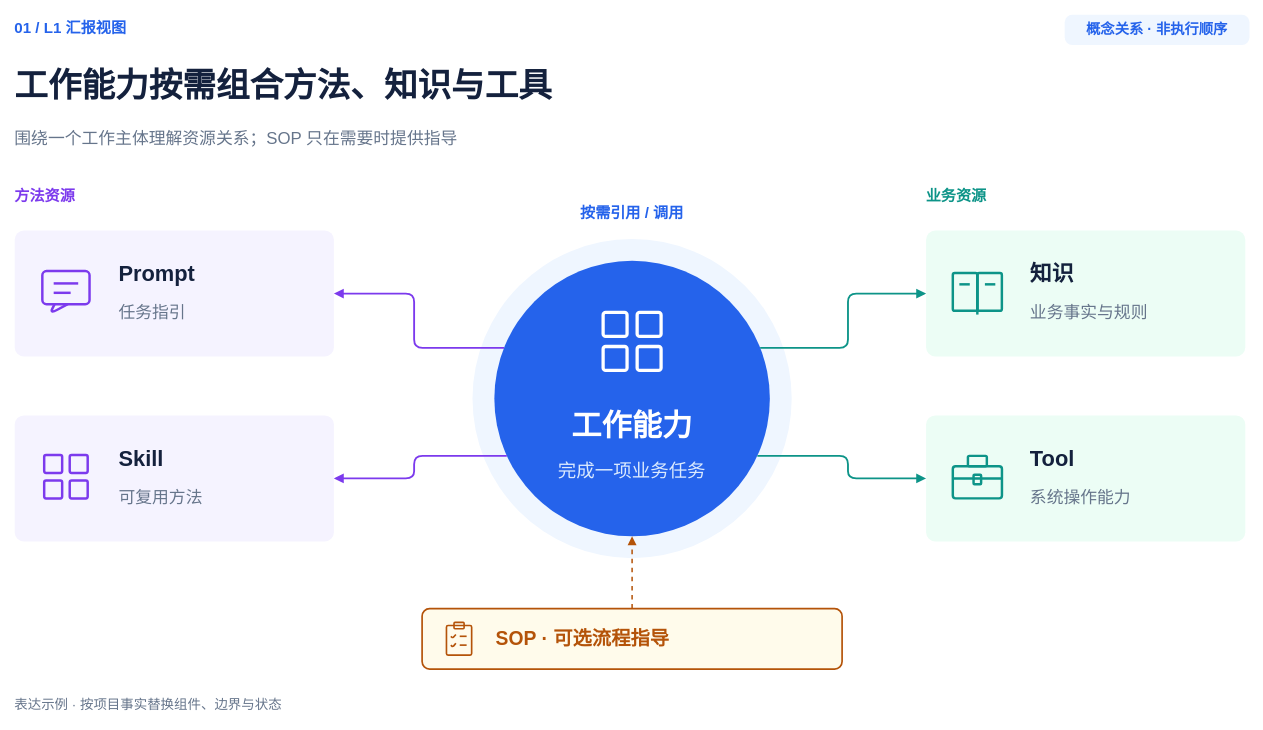
This is plugins/team-standards/skills/architecture-diagram-design/assets/templates/01-capability.drawio from exception-coder/team-standards, a draw.io file, before an edit. Source tidied: cells renumbered, new cells numbered last; positions are measured from the earlier drawing's top-left corner, leaving out a move shared by most shapes. Both pictures are drawn from the tidied source at 84%, with x=0, y=0 at pixel (14, 14).
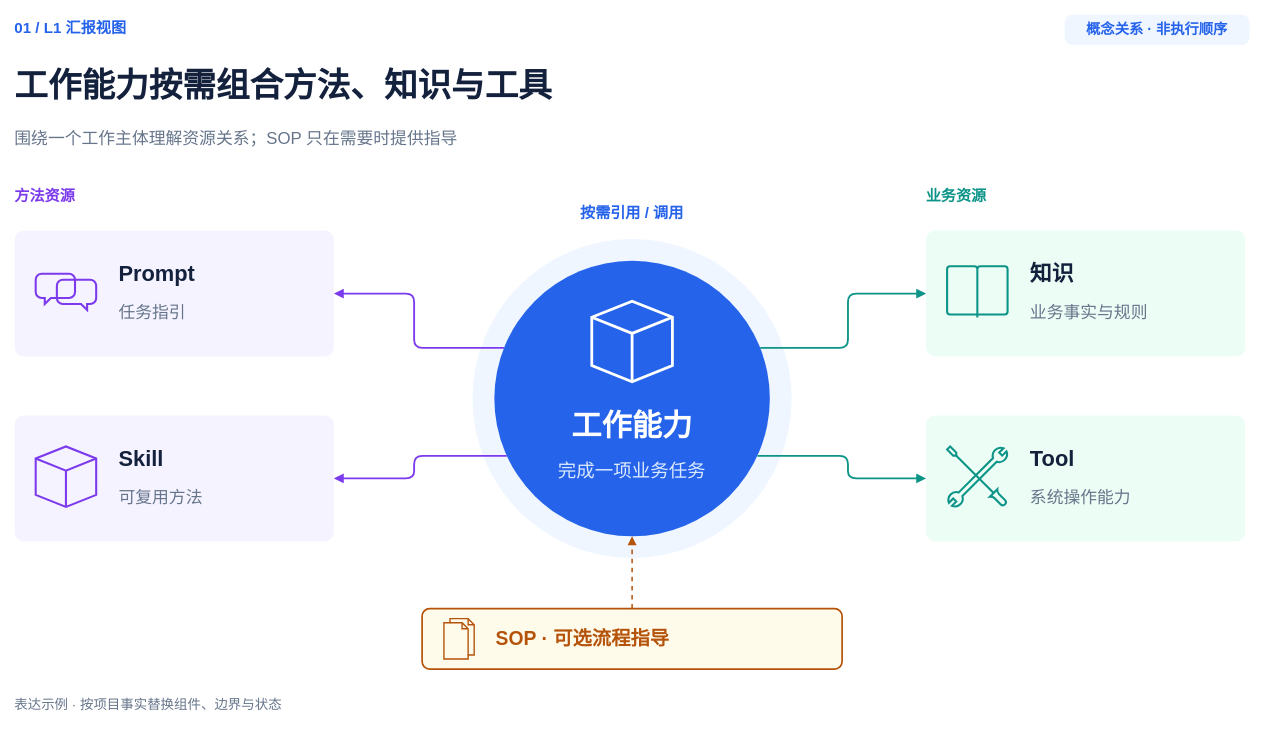
After the change.

Unchanged cells that the change refers to:
```xml
<mxCell id="10" style="group;selectParentFirst=1;fillColor=none;strokeColor=none;" parent="1" vertex="1">
  <mxGeometry y="257" width="380" height="150" as="geometry" />
</mxCell>
<mxCell id="19" style="group;selectParentFirst=1;fillColor=none;strokeColor=none;" parent="1" vertex="1">
  <mxGeometry y="477" width="380" height="150" as="geometry" />
</mxCell>
<mxCell id="28" style="group;selectParentFirst=1;fillColor=none;strokeColor=none;" parent="1" vertex="1">
  <mxGeometry x="1085" y="257" width="380" height="150" as="geometry" />
</mxCell>
<mxCell id="38" style="group;selectParentFirst=1;fillColor=none;strokeColor=none;" parent="1" vertex="1">
  <mxGeometry x="1085" y="477" width="380" height="150" as="geometry" />
</mxCell>
<mxCell id="47" style="group;selectParentFirst=1;fillColor=none;strokeColor=none;" parent="1" vertex="1">
  <mxGeometry x="545" y="267" width="380" height="380" as="geometry" />
</mxCell>
<mxCell id="62" style="group;selectParentFirst=1;fillColor=none;strokeColor=none;" parent="1" vertex="1">
  <mxGeometry x="485" y="707" width="500" height="72" as="geometry" />
</mxCell>
```

Change to the diagram source:
```diff
@@
-    <mxCell id="12" style="group;selectParentFirst=1;fillColor=none;strokeColor=none;" parent="10" vertex="1">
-      <mxGeometry x="25" y="37" width="72" height="72" as="geometry" />
+    <mxCell id="12" style="fontFamily=Microsoft YaHei,Arial;html=0;fontColor=#14213D;shape=mxgraph.ios7.icons.chat;fillColor=none;strokeColor=#7C3AED;strokeWidth=2.475;" parent="10" vertex="1">
+      <mxGeometry x="25" y="51.4" width="72" height="43.2" as="geometry" />
     </mxCell>
-    <mxCell id="13" style="fontFamily=Microsoft YaHei,Arial;html=0;fontColor=#14213D;rounded=1;absoluteArcSize=1;arcSize=10.125;fillColor=none;strokeColor=#7C3AED;strokeWidth=2;strokeWidth=2.9250000000000003;" parent="12" vertex="1">
-      <mxGeometry x="7.9" y="11.2" width="56.2" height="39.4" as="geometry" />
-    </mxCell>
-    <mxCell id="14" style="endArrow=none;startArrow=none;strokeColor=#7C3AED;strokeWidth=2.9250000000000003;rounded=1;html=0;" parent="12" edge="1">
-      <mxGeometry relative="1" as="geometry">
-        <mxPoint x="22.5" y="50.6" as="sourcePoint" />
-        <mxPoint x="38.2" y="50.6" as="targetPoint" />
-        <Array as="points">
-          <mxPoint x="16.9" y="61.9" />
-        </Array>
-      </mxGeometry>
-    </mxCell>
-    <mxCell id="15" style="endArrow=none;startArrow=none;strokeColor=#7C3AED;strokeWidth=2.9250000000000003;rounded=1;html=0;" parent="12" edge="1">
-      <mxGeometry relative="1" as="geometry">
-        <mxPoint x="21.4" y="25.9" as="sourcePoint" />
-        <mxPoint x="50.6" y="25.9" as="targetPoint" />
-      </mxGeometry>
-    </mxCell>
-    <mxCell id="16" style="endArrow=none;startArrow=none;strokeColor=#7C3AED;strokeWidth=2.9250000000000003;rounded=1;html=0;" parent="12" edge="1">
-      <mxGeometry relative="1" as="geometry">
-        <mxPoint x="21.4" y="37.1" as="sourcePoint" />
-        <mxPoint x="41.6" y="37.1" as="targetPoint" />
-      </mxGeometry>
-    </mxCell>
@@
-    <mxCell id="21" style="group;selectParentFirst=1;fillColor=none;strokeColor=none;" parent="19" vertex="1">
+    <mxCell id="21" style="fontFamily=Microsoft YaHei,Arial;html=0;fontColor=#14213D;shape=mxgraph.ios7.icons.cube;fillColor=none;strokeColor=#7C3AED;strokeWidth=2.475;" parent="19" vertex="1">
       <mxGeometry x="25" y="37" width="72" height="72" as="geometry" />
     </mxCell>
-    <mxCell id="22" style="fontFamily=Microsoft YaHei,Arial;html=0;fontColor=#14213D;rounded=1;absoluteArcSize=1;arcSize=4.5;fillColor=none;strokeColor=#7C3AED;strokeWidth=2;strokeWidth=2.9250000000000003;" parent="21" vertex="1">
-      <mxGeometry x="10.1" y="10.1" width="21.4" height="21.4" as="geometry" />
-    </mxCell>
-    <mxCell id="23" style="fontFamily=Microsoft YaHei,Arial;html=0;fontColor=#14213D;rounded=1;absoluteArcSize=1;arcSize=4.5;fillColor=none;strokeColor=#7C3AED;strokeWidth=2;strokeWidth=2.9250000000000003;" parent="21" vertex="1">
-      <mxGeometry x="40.5" y="10.1" width="21.4" height="21.4" as="geometry" />
-    </mxCell>
-    <mxCell id="24" style="fontFamily=Microsoft YaHei,Arial;html=0;fontColor=#14213D;rounded=1;absoluteArcSize=1;arcSize=4.5;fillColor=none;strokeColor=#7C3AED;strokeWidth=2;strokeWidth=2.9250000000000003;" parent="21" vertex="1">
-      <mxGeometry x="10.1" y="40.5" width="21.4" height="21.4" as="geometry" />
-    </mxCell>
-    <mxCell id="25" style="fontFamily=Microsoft YaHei,Arial;html=0;fontColor=#14213D;rounded=1;absoluteArcSize=1;arcSize=4.5;fillColor=none;strokeColor=#7C3AED;strokeWidth=2;strokeWidth=2.9250000000000003;" parent="21" vertex="1">
-      <mxGeometry x="40.5" y="40.5" width="21.4" height="21.4" as="geometry" />
-    </mxCell>
@@
-    <mxCell id="30" style="group;selectParentFirst=1;fillColor=none;strokeColor=none;" parent="28" vertex="1">
-      <mxGeometry x="25" y="37" width="72" height="72" as="geometry" />
+    <mxCell id="30" style="fontFamily=Microsoft YaHei,Arial;html=0;fontColor=#14213D;shape=mxgraph.ios7.icons.book;fillColor=none;strokeColor=#0D9488;strokeWidth=2.475;" parent="28" vertex="1">
+      <mxGeometry x="25" y="42.4" width="72" height="61.2" as="geometry" />
     </mxCell>
-    <mxCell id="31" style="fontFamily=Microsoft YaHei,Arial;html=0;fontColor=#14213D;rounded=1;absoluteArcSize=1;arcSize=4.5;fillColor=none;strokeColor=#0D9488;strokeWidth=2;strokeWidth=2.9250000000000003;" parent="30" vertex="1">
-      <mxGeometry x="6.8" y="13.5" width="29.2" height="45" as="geometry" />
-    </mxCell>
-    <mxCell id="32" style="fontFamily=Microsoft YaHei,Arial;html=0;fontColor=#14213D;rounded=1;absoluteArcSize=1;arcSize=4.5;fillColor=none;strokeColor=#0D9488;strokeWidth=2;strokeWidth=2.9250000000000003;" parent="30" vertex="1">
-      <mxGeometry x="36" y="13.5" width="29.2" height="45" as="geometry" />
-    </mxCell>
-    <mxCell id="33" style="endArrow=none;startArrow=none;strokeColor=#0D9488;strokeWidth=2.9250000000000003;rounded=1;html=0;" parent="30" edge="1">
-      <mxGeometry relative="1" as="geometry">
-        <mxPoint x="36" y="13.5" as="sourcePoint" />
-        <mxPoint x="36" y="63" as="targetPoint" />
-      </mxGeometry>
-    </mxCell>
-    <mxCell id="34" style="endArrow=none;startArrow=none;strokeColor=#0D9488;strokeWidth=2.9250000000000003;rounded=1;html=0;" parent="30" edge="1">
-      <mxGeometry relative="1" as="geometry">
-        <mxPoint x="14.6" y="27" as="sourcePoint" />
-        <mxPoint x="27" y="27" as="targetPoint" />
-      </mxGeometry>
-    </mxCell>
-    <mxCell id="35" style="endArrow=none;startArrow=none;strokeColor=#0D9488;strokeWidth=2.9250000000000003;rounded=1;html=0;" parent="30" edge="1">
-      <mxGeometry relative="1" as="geometry">
-        <mxPoint x="45" y="27" as="sourcePoint" />
-        <mxPoint x="57.4" y="27" as="targetPoint" />
-      </mxGeometry>
-    </mxCell>
@@
-    <mxCell id="40" style="group;selectParentFirst=1;fillColor=none;strokeColor=none;" parent="38" vertex="1">
+    <mxCell id="40" style="fontFamily=Microsoft YaHei,Arial;html=0;fontColor=#14213D;shape=mxgraph.ios7.icons.tools;fillColor=none;strokeColor=#0D9488;strokeWidth=2.475;" parent="38" vertex="1">
       <mxGeometry x="25" y="37" width="72" height="72" as="geometry" />
     </mxCell>
-    <mxCell id="41" style="fontFamily=Microsoft YaHei,Arial;html=0;fontColor=#14213D;rounded=1;absoluteArcSize=1;arcSize=6.75;fillColor=none;strokeColor=#0D9488;strokeWidth=2;strokeWidth=2.9250000000000003;" parent="40" vertex="1">
-      <mxGeometry x="6.8" y="23.6" width="58.5" height="38.2" as="geometry" />
-    </mxCell>
-    <mxCell id="42" style="fontFamily=Microsoft YaHei,Arial;html=0;fontColor=#14213D;rounded=1;absoluteArcSize=1;arcSize=3.375;fillColor=none;strokeColor=#0D9488;strokeWidth=2;strokeWidth=2.9250000000000003;" parent="40" vertex="1">
-      <mxGeometry x="24.8" y="11.2" width="22.5" height="12.4" as="geometry" />
-    </mxCell>
-    <mxCell id="43" style="endArrow=none;startArrow=none;strokeColor=#0D9488;strokeWidth=2.9250000000000003;rounded=1;html=0;" parent="40" edge="1">
-      <mxGeometry relative="1" as="geometry">
-        <mxPoint x="6.8" y="38.2" as="sourcePoint" />
-        <mxPoint x="65.2" y="38.2" as="targetPoint" />
-      </mxGeometry>
-    </mxCell>
-    <mxCell id="44" style="fontFamily=Microsoft YaHei,Arial;html=0;fontColor=#14213D;rounded=1;absoluteArcSize=1;arcSize=2.25;fillColor=none;strokeColor=#0D9488;strokeWidth=2;strokeWidth=2.9250000000000003;" parent="40" vertex="1">
-      <mxGeometry x="31.5" y="33.8" width="9" height="11.2" as="geometry" />
-    </mxCell>
@@
-    <mxCell id="50" style="group;selectParentFirst=1;fillColor=none;strokeColor=none;" parent="47" vertex="1">
+    <mxCell id="50" style="fontFamily=Microsoft YaHei,Arial;html=0;fontColor=#14213D;shape=mxgraph.ios7.icons.cube;fillColor=none;strokeColor=#FFFFFF;strokeWidth=3.3000000000000003;" parent="47" vertex="1">
       <mxGeometry x="142" y="74" width="96" height="96" as="geometry" />
     </mxCell>
-    <mxCell id="51" style="fontFamily=Microsoft YaHei,Arial;html=0;fontColor=#14213D;rounded=1;absoluteArcSize=1;arcSize=6.0;fillColor=none;strokeColor=#FFFFFF;strokeWidth=2;strokeWidth=3.9000000000000004;" parent="50" vertex="1">
-      <mxGeometry x="13.5" y="13.5" width="28.5" height="28.5" as="geometry" />
-    </mxCell>
-    <mxCell id="52" style="fontFamily=Microsoft YaHei,Arial;html=0;fontColor=#14213D;rounded=1;absoluteArcSize=1;arcSize=6.0;fillColor=none;strokeColor=#FFFFFF;strokeWidth=2;strokeWidth=3.9000000000000004;" parent="50" vertex="1">
-      <mxGeometry x="54" y="13.5" width="28.5" height="28.5" as="geometry" />
-    </mxCell>
-    <mxCell id="53" style="fontFamily=Microsoft YaHei,Arial;html=0;fontColor=#14213D;rounded=1;absoluteArcSize=1;arcSize=6.0;fillColor=none;strokeColor=#FFFFFF;strokeWidth=2;strokeWidth=3.9000000000000004;" parent="50" vertex="1">
-      <mxGeometry x="13.5" y="54" width="28.5" height="28.5" as="geometry" />
-    </mxCell>
-    <mxCell id="54" style="fontFamily=Microsoft YaHei,Arial;html=0;fontColor=#14213D;rounded=1;absoluteArcSize=1;arcSize=6.0;fillColor=none;strokeColor=#FFFFFF;strokeWidth=2;strokeWidth=3.9000000000000004;" parent="50" vertex="1">
-      <mxGeometry x="54" y="54" width="28.5" height="28.5" as="geometry" />
-    </mxCell>
@@
-    <mxCell id="64" style="group;selectParentFirst=1;fillColor=none;strokeColor=none;" parent="62" vertex="1">
-      <mxGeometry x="20" y="12" width="48" height="48" as="geometry" />
+    <mxCell id="64" style="fontFamily=Microsoft YaHei,Arial;html=0;fontColor=#14213D;shape=mxgraph.ios7.icons.documents;fillColor=none;strokeColor=#B45309;strokeWidth=1.6500000000000001;" parent="62" vertex="1">
+      <mxGeometry x="26" y="12" width="36" height="48" as="geometry" />
     </mxCell>
-    <mxCell id="65" style="fontFamily=Microsoft YaHei,Arial;html=0;fontColor=#14213D;rounded=1;absoluteArcSize=1;arcSize=3.75;fillColor=none;strokeColor=#B45309;strokeWidth=2;strokeWidth=1.9500000000000002;" parent="64" vertex="1">
-      <mxGeometry x="9" y="8.2" width="30" height="35.2" as="geometry" />
-    </mxCell>
-    <mxCell id="66" style="fontFamily=Microsoft YaHei,Arial;html=0;fontColor=#14213D;rounded=1;absoluteArcSize=1;arcSize=2.25;fillColor=none;strokeColor=#B45309;strokeWidth=2;strokeWidth=1.9500000000000002;" parent="64" vertex="1">
-      <mxGeometry x="18" y="4.5" width="12" height="7.5" as="geometry" />
-    </mxCell>
-    <mxCell id="67" style="endArrow=none;startArrow=none;strokeColor=#B45309;strokeWidth=1.9500000000000002;rounded=1;html=0;" parent="64" edge="1">
-      <mxGeometry relative="1" as="geometry">
-        <mxPoint x="14.2" y="21" as="sourcePoint" />
-        <mxPoint x="20.2" y="18.8" as="targetPoint" />
-        <Array as="points">
-          <mxPoint x="16.5" y="23.2" />
-        </Array>
-      </mxGeometry>
-    </mxCell>
-    <mxCell id="68" style="endArrow=none;startArrow=none;strokeColor=#B45309;strokeWidth=1.9500000000000002;rounded=1;html=0;" parent="64" edge="1">
-      <mxGeometry relative="1" as="geometry">
-        <mxPoint x="24.8" y="21" as="sourcePoint" />
-        <mxPoint x="33" y="21" as="targetPoint" />
-      </mxGeometry>
-    </mxCell>
-    <mxCell id="69" style="endArrow=none;startArrow=none;strokeColor=#B45309;strokeWidth=1.9500000000000002;rounded=1;html=0;" parent="64" edge="1">
-      <mxGeometry relative="1" as="geometry">
-        <mxPoint x="14.2" y="31.5" as="sourcePoint" />
-        <mxPoint x="20.2" y="29.2" as="targetPoint" />
-        <Array as="points">
-          <mxPoint x="16.5" y="33.8" />
-        </Array>
-      </mxGeometry>
-    </mxCell>
-    <mxCell id="70" style="endArrow=none;startArrow=none;strokeColor=#B45309;strokeWidth=1.9500000000000002;rounded=1;html=0;" parent="64" edge="1">
-      <mxGeometry relative="1" as="geometry">
-        <mxPoint x="24.8" y="31.5" as="sourcePoint" />
-        <mxPoint x="33" y="31.5" as="targetPoint" />
-      </mxGeometry>
-    </mxCell>
```
